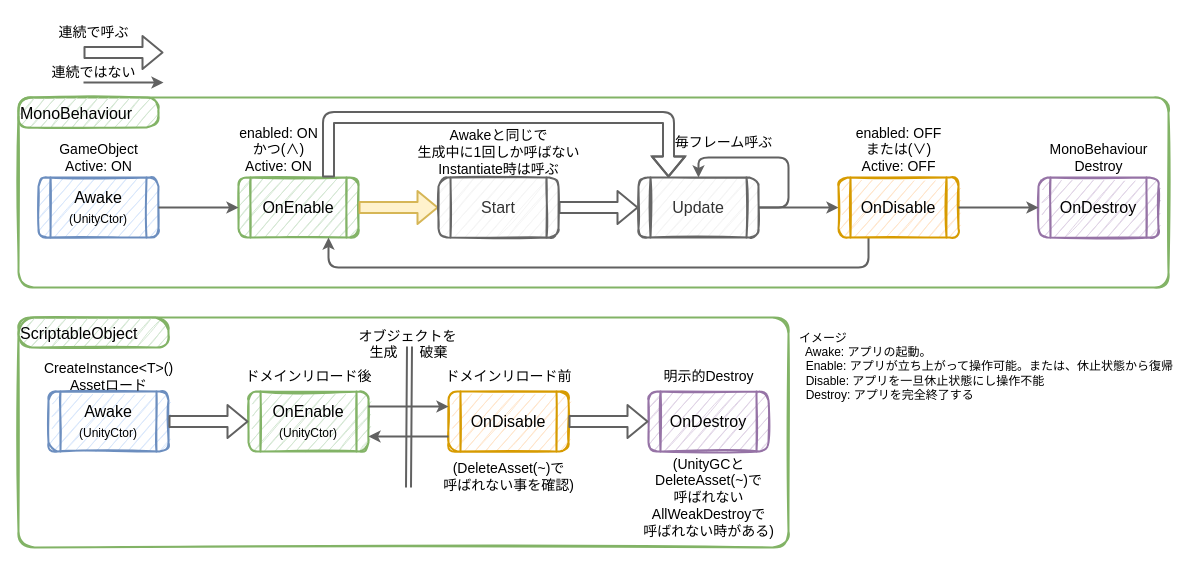
Above: page "ページ10" (10 of 17) of Unity_memo/画像/構成図.drawio in asreia/Hub (draw.io), before the change. Source tidied: cells renumbered, new cells numbered last; positions are measured from the earlier drawing's top-left corner, leaving out a move shared by most shapes. Both pictures are drawn from the tidied source at 100%, with x=0, y=0 at pixel (18, 17).
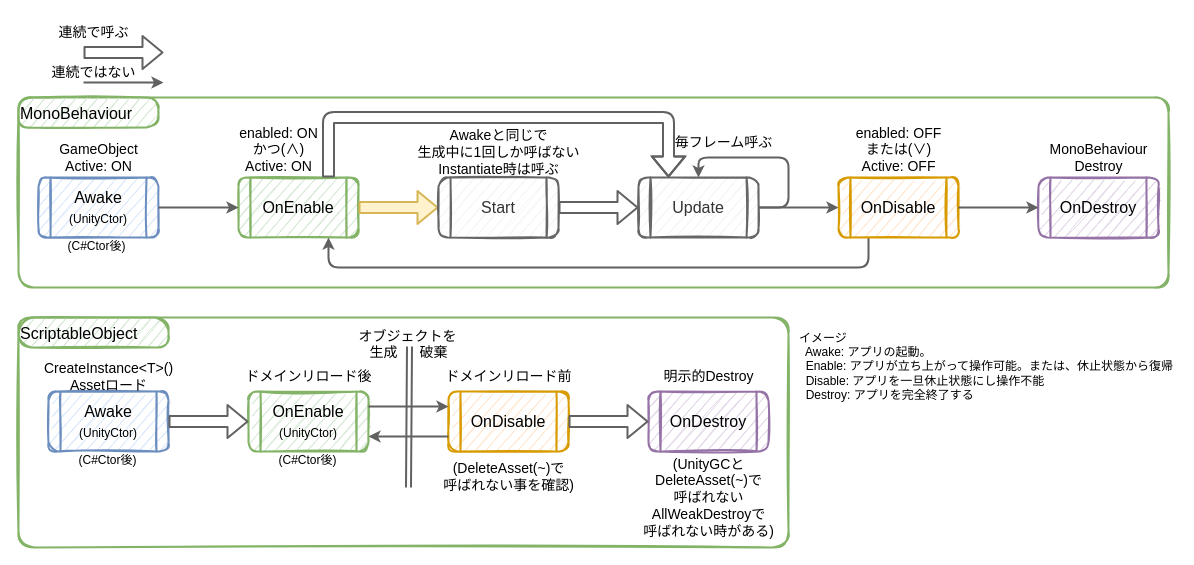
Above is the later version.

The edit, as a diff of the source:
```diff
@@
+    <mxCell id="50" value="(C#Ctor後)" style="text;html=1;align=center;verticalAlign=middle;strokeColor=none;fillColor=none;" parent="1" vertex="1">
+      <mxGeometry x="38" y="214" width="80" height="30" as="geometry" />
+    </mxCell>
+    <mxCell id="51" value="(C#Ctor後)" style="text;html=1;align=center;verticalAlign=middle;strokeColor=none;fillColor=none;" parent="1" vertex="1">
+      <mxGeometry x="49" y="428" width="80" height="30" as="geometry" />
+    </mxCell>
+    <mxCell id="52" value="(C#Ctor後)" style="text;html=1;align=center;verticalAlign=middle;strokeColor=none;fillColor=none;" parent="1" vertex="1">
+      <mxGeometry x="249" y="428" width="80" height="30" as="geometry" />
+    </mxCell>
```
